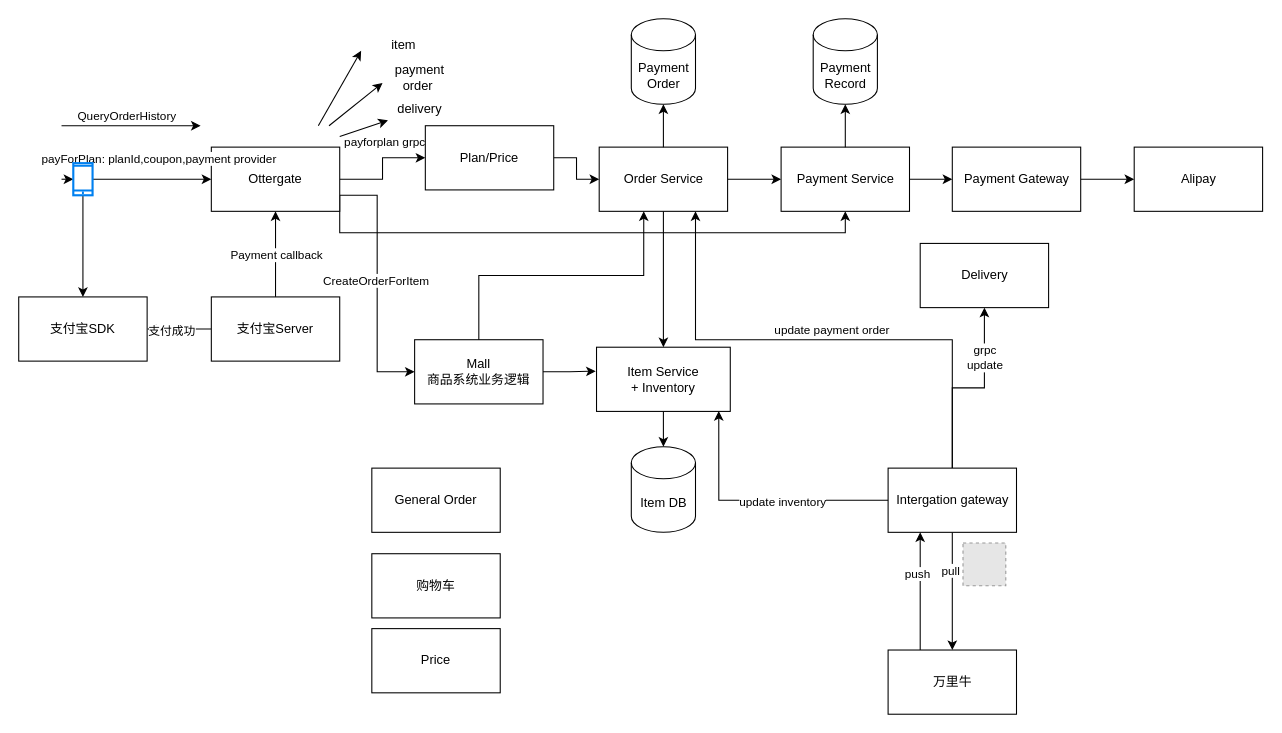
This is Payment.drawio from evagle/awesome, a draw.io file, before an edit. Source tidied: cells renumbered, new cells numbered last; positions are measured from the earlier drawing's top-left corner, leaving out a move shared by most shapes. Both pictures are drawn from the tidied source at 107%, with x=0, y=0 at pixel (18, 18). Pictures stored in the file or linked from it are replaced by grey dashed boxes.
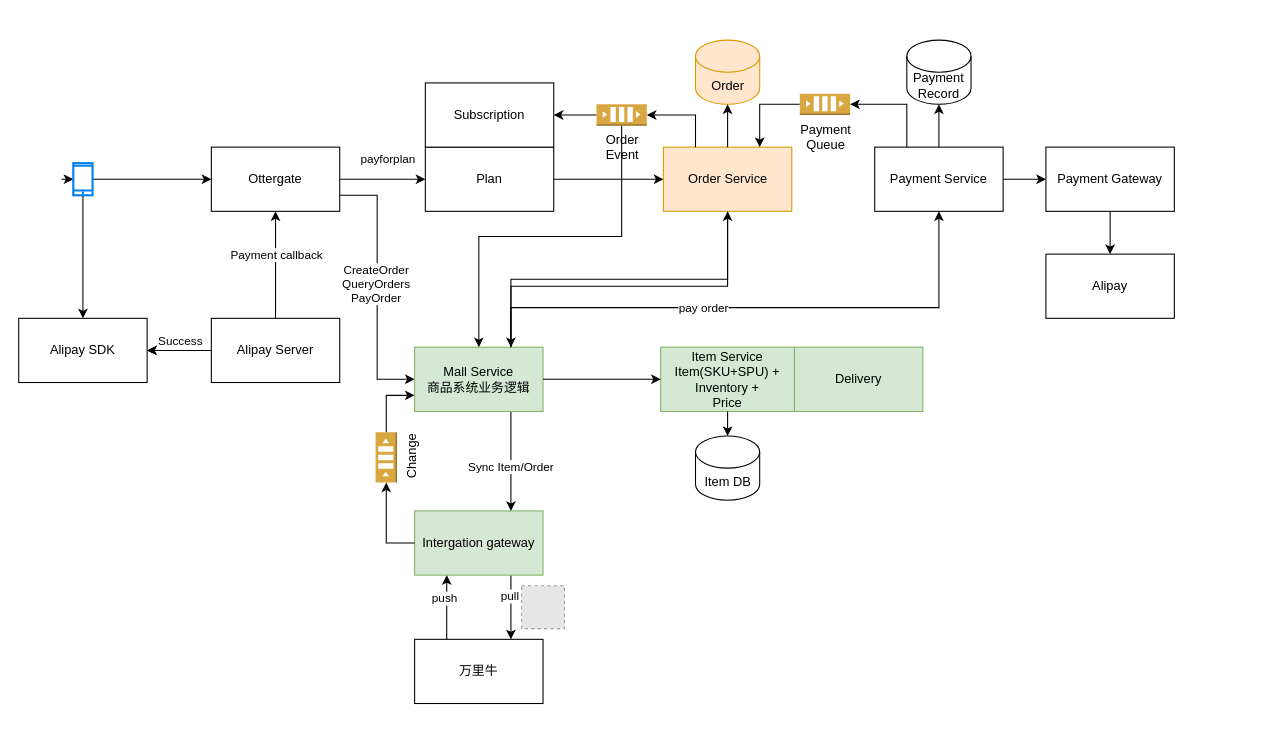
The same page after the edit.

The change refers to these unchanged cells:
```xml
<mxCell id="2" style="edgeStyle=orthogonalEdgeStyle;rounded=0;jettySize=auto;html=1;entryX=0;entryY=0.5;entryDx=0;entryDy=0;" parent="1" edge="1" source="7" target="58">
  <mxGeometry relative="1" as="geometry" />
</mxCell>
<mxCell id="5" style="edgeStyle=orthogonalEdgeStyle;rounded=0;jettySize=auto;html=1;exitX=1;exitY=0.75;exitDx=0;exitDy=0;entryX=0;entryY=0.5;entryDx=0;entryDy=0;" parent="1" edge="1" source="7" target="56">
  <mxGeometry relative="1" as="geometry" />
</mxCell>
<mxCell id="7" value="Ottergate" style="rounded=0;whiteSpace=wrap;html=1;" parent="1" vertex="1">
  <mxGeometry x="180" y="120" width="120" height="60" as="geometry" />
</mxCell>
<mxCell id="24" style="edgeStyle=orthogonalEdgeStyle;rounded=0;jettySize=auto;html=1;exitX=0;exitY=0.5;exitDx=0;exitDy=0;entryX=1;entryY=0.5;entryDx=0;entryDy=0;" parent="1" edge="1" source="28" target="23">
  <mxGeometry relative="1" as="geometry" />
</mxCell>
<mxCell id="26" style="edgeStyle=orthogonalEdgeStyle;rounded=0;jettySize=auto;html=1;exitX=0.5;exitY=0;exitDx=0;exitDy=0;entryX=0.5;entryY=1;entryDx=0;entryDy=0;" parent="1" edge="1" source="28" target="7">
  <mxGeometry relative="1" as="geometry" />
</mxCell>
<mxCell id="53" style="endArrow=classic;html=1;rounded=0;entryX=0;entryY=0.5;entryDx=0;entryDy=0;" parent="1" edge="1" target="55">
  <mxGeometry relative="1" as="geometry">
    <mxPoint x="40" y="150" as="sourcePoint" />
  </mxGeometry>
</mxCell>
```

The edit, as a diff of the source:
```diff
@@
-    <mxCell id="3" value="payforplan grpc" style="edgeLabel;html=1;align=center;verticalAlign=middle;" parent="2" vertex="1">
+    <mxCell id="3" value="payforplan" style="edgeLabel;html=1;align=center;verticalAlign=middle;" parent="2" vertex="1">
       <mxGeometry x="0.1" y="-1" relative="1" as="geometry">
         <mxPoint y="-21" as="offset" />
       </mxGeometry>
     </mxCell>
-    <mxCell id="4" style="edgeStyle=orthogonalEdgeStyle;rounded=0;jettySize=auto;html=1;exitX=1;exitY=0.75;exitDx=0;exitDy=0;entryX=0.5;entryY=1;entryDx=0;entryDy=0;" parent="1" edge="1" source="7" target="13">
-      <mxGeometry relative="1" as="geometry">
-        <Array as="points">
-          <mxPoint x="300" y="200" />
-          <mxPoint x="773" y="200" />
-        </Array>
-      </mxGeometry>
-    </mxCell>
@@
-    <mxCell id="6" value="CreateOrderForItem" style="edgeLabel;html=1;align=center;verticalAlign=middle;" parent="5" vertex="1">
+    <mxCell id="6" value="CreateOrder&lt;br&gt;QueryOrders&lt;br&gt;PayOrder" style="edgeLabel;html=1;align=center;verticalAlign=middle;" parent="5" vertex="1">
       <mxGeometry x="-0.03" y="-2" relative="1" as="geometry" />
     </mxCell>
@@
-    <mxCell id="9" style="edgeStyle=orthogonalEdgeStyle;rounded=0;jettySize=auto;html=1;exitX=1;exitY=0.5;exitDx=0;exitDy=0;" parent="1" edge="1" source="11" target="13">
-      <mxGeometry relative="1" as="geometry" />
-    </mxCell>
-    <mxCell id="10" style="edgeStyle=orthogonalEdgeStyle;rounded=0;jettySize=auto;html=1;exitX=0.5;exitY=1;exitDx=0;exitDy=0;" parent="1" edge="1" source="11" target="29">
-      <mxGeometry relative="1" as="geometry" />
-    </mxCell>
+    <mxCell id="64" style="edgeStyle=orthogonalEdgeStyle;rounded=0;jettySize=auto;html=1;exitX=0.5;exitY=1;exitDx=0;exitDy=0;entryX=0.75;entryY=0;entryDx=0;entryDy=0;" parent="1" edge="1" source="11" target="56">
+      <mxGeometry relative="1" as="geometry" />
+    </mxCell>
-    <mxCell id="11" value="Order Service" style="whiteSpace=wrap;html=1;rounded=0;" parent="1" vertex="1">
-      <mxGeometry x="542.5" y="120" width="120" height="60" as="geometry" />
+    <mxCell id="11" value="Order Service" style="whiteSpace=wrap;html=1;rounded=0;fillColor=#ffe6cc;strokeColor=#d79b00;" parent="1" vertex="1">
+      <mxGeometry x="602.5" y="120" width="120" height="60" as="geometry" />
     </mxCell>
@@
+    <mxCell id="65" style="edgeStyle=orthogonalEdgeStyle;rounded=0;jettySize=auto;html=1;exitX=0;exitY=0.5;exitDx=0;exitDy=0;entryX=0.75;entryY=0;entryDx=0;entryDy=0;exitPerimeter=0;" parent="1" edge="1" source="73" target="11">
+      <mxGeometry relative="1" as="geometry" />
+    </mxCell>
     <mxCell id="13" value="Payment Service" style="whiteSpace=wrap;html=1;rounded=0;" parent="1" vertex="1">
-      <mxGeometry x="712.5" y="120" width="120" height="60" as="geometry" />
+      <mxGeometry x="800" y="120" width="120" height="60" as="geometry" />
     </mxCell>
-    <mxCell id="14" value="Payment&lt;br&gt;Order" style="shape=cylinder3;whiteSpace=wrap;html=1;boundedLbl=1;backgroundOutline=1;size=15;" parent="1" vertex="1">
-      <mxGeometry x="572.5" width="60" height="80" as="geometry" />
+    <mxCell id="14" value="Order" style="shape=cylinder3;whiteSpace=wrap;html=1;boundedLbl=1;backgroundOutline=1;size=15;fillColor=#ffe6cc;strokeColor=#d79b00;" parent="1" vertex="1">
+      <mxGeometry x="632.5" y="20" width="60" height="60" as="geometry" />
     </mxCell>
@@
     <mxCell id="16" value="Payment&lt;br&gt;Record" style="shape=cylinder3;whiteSpace=wrap;html=1;boundedLbl=1;backgroundOutline=1;size=15;" parent="1" vertex="1">
-      <mxGeometry x="742.5" width="60" height="80" as="geometry" />
+      <mxGeometry x="830" y="20" width="60" height="60" as="geometry" />
     </mxCell>
@@
-    <mxCell id="18" style="edgeStyle=orthogonalEdgeStyle;rounded=0;jettySize=auto;html=1;exitX=1;exitY=0.5;exitDx=0;exitDy=0;entryX=0;entryY=0.5;entryDx=0;entryDy=0;" parent="1" edge="1" source="19" target="20">
+    <mxCell id="18" style="edgeStyle=orthogonalEdgeStyle;rounded=0;jettySize=auto;html=1;exitX=0.5;exitY=1;exitDx=0;exitDy=0;entryX=0.5;entryY=0;entryDx=0;entryDy=0;" parent="1" edge="1" source="19" target="20">
       <mxGeometry relative="1" as="geometry" />
     </mxCell>
     <mxCell id="19" value="Payment Gateway" style="whiteSpace=wrap;html=1;rounded=0;" parent="1" vertex="1">
-      <mxGeometry x="872.5" y="120" width="120" height="60" as="geometry" />
+      <mxGeometry x="960" y="120" width="120" height="60" as="geometry" />
     </mxCell>
     <mxCell id="20" value="Alipay" style="whiteSpace=wrap;html=1;rounded=0;" parent="1" vertex="1">
-      <mxGeometry x="1042.5" y="120" width="120" height="60" as="geometry" />
+      <mxGeometry x="960" y="220" width="120" height="60" as="geometry" />
     </mxCell>
     <mxCell id="21" value="Item DB" style="shape=cylinder3;whiteSpace=wrap;html=1;boundedLbl=1;backgroundOutline=1;size=15;" parent="1" vertex="1">
-      <mxGeometry x="572.5" y="400" width="60" height="80" as="geometry" />
+      <mxGeometry x="632.5" y="390" width="60" height="60" as="geometry" />
     </mxCell>
@@
-    <mxCell id="23" value="支付宝SDK" style="rounded=0;whiteSpace=wrap;html=1;" parent="1" vertex="1">
-      <mxGeometry y="260" width="120" height="60" as="geometry" />
+    <mxCell id="23" value="Alipay SDK" style="rounded=0;whiteSpace=wrap;html=1;" parent="1" vertex="1">
+      <mxGeometry y="280" width="120" height="60" as="geometry" />
     </mxCell>
@@
-    <mxCell id="25" value="支付成功" style="edgeLabel;html=1;align=center;verticalAlign=middle;" parent="24" vertex="1">
-      <mxGeometry x="0.28" y="1" relative="1" as="geometry" />
+    <mxCell id="25" value="Success" style="edgeLabel;html=1;align=center;verticalAlign=middle;" parent="24" vertex="1">
+      <mxGeometry x="0.28" y="1" relative="1" as="geometry">
+        <mxPoint x="8" y="-11" as="offset" />
+      </mxGeometry>
     </mxCell>
@@
     <mxCell id="27" value="Payment callback" style="edgeLabel;html=1;align=center;verticalAlign=middle;" parent="26" vertex="1">
       <mxGeometry x="-0.3" y="-1" relative="1" as="geometry">
-        <mxPoint x="-1" y="-12" as="offset" />
+        <mxPoint x="-1" y="-25" as="offset" />
       </mxGeometry>
     </mxCell>
+    <mxCell id="66" style="edgeStyle=orthogonalEdgeStyle;rounded=0;jettySize=auto;html=1;" parent="1" edge="1" source="28" target="23">
+      <mxGeometry relative="1" as="geometry" />
+    </mxCell>
-    <mxCell id="28" value="支付宝Server" style="rounded=0;whiteSpace=wrap;html=1;" parent="1" vertex="1">
-      <mxGeometry x="180" y="260" width="120" height="60" as="geometry" />
+    <mxCell id="28" value="Alipay Server" style="rounded=0;whiteSpace=wrap;html=1;" parent="1" vertex="1">
+      <mxGeometry x="180" y="280" width="120" height="60" as="geometry" />
     </mxCell>
-    <mxCell id="29" value="Item Service&lt;br&gt;+ Inventory" style="rounded=0;whiteSpace=wrap;html=1;" parent="1" vertex="1">
-      <mxGeometry x="540" y="307" width="125" height="60" as="geometry" />
+    <mxCell id="29" value="Item Service&lt;br&gt;Item(SKU+SPU) + Inventory +&lt;br&gt;Price&lt;br&gt;" style="rounded=0;whiteSpace=wrap;html=1;fillColor=#d5e8d4;strokeColor=#82b366;" parent="1" vertex="1">
+      <mxGeometry x="600" y="307" width="125" height="60" as="geometry" />
     </mxCell>
-    <mxCell id="30" style="endArrow=classic;html=1;rounded=0;" parent="1" edge="1">
-      <mxGeometry relative="1" as="geometry">
-        <mxPoint x="40" y="100" as="sourcePoint" />
-        <mxPoint x="170" y="100" as="targetPoint" />
-      </mxGeometry>
-    </mxCell>
-    <mxCell id="31" value="QueryOrderHistory" style="edgeLabel;html=1;align=center;verticalAlign=middle;" parent="30" vertex="1">
-      <mxGeometry x="-0.39" y="-1" relative="1" as="geometry">
-        <mxPoint x="20" y="-11" as="offset" />
-      </mxGeometry>
-    </mxCell>
-    <mxCell id="32" style="endArrow=classic;html=1;rounded=0;" parent="1" edge="1">
-      <mxGeometry relative="1" as="geometry">
-        <mxPoint x="290" y="100" as="sourcePoint" />
-        <mxPoint x="340" y="60" as="targetPoint" />
-      </mxGeometry>
-    </mxCell>
-    <mxCell id="33" style="endArrow=classic;html=1;rounded=0;" parent="1" edge="1" target="35">
-      <mxGeometry relative="1" as="geometry">
-        <mxPoint x="300" y="110" as="sourcePoint" />
-      </mxGeometry>
-    </mxCell>
-    <mxCell id="34" value="payment order&amp;nbsp;" style="text;html=1;strokeColor=none;fillColor=none;align=center;verticalAlign=middle;whiteSpace=wrap;rounded=0;" parent="1" vertex="1">
-      <mxGeometry x="345" y="40" width="60" height="30" as="geometry" />
-    </mxCell>
-    <mxCell id="35" value="delivery" style="text;html=1;strokeColor=none;fillColor=none;align=center;verticalAlign=middle;whiteSpace=wrap;rounded=0;" parent="1" vertex="1">
-      <mxGeometry x="345" y="70" width="60" height="30" as="geometry" />
-    </mxCell>
-    <mxCell id="36" style="endArrow=classic;html=1;rounded=0;" parent="1" edge="1">
-      <mxGeometry relative="1" as="geometry">
-        <mxPoint x="280" y="100" as="sourcePoint" />
-        <mxPoint x="320" y="30" as="targetPoint" />
-      </mxGeometry>
-    </mxCell>
-    <mxCell id="37" value="item" style="text;html=1;strokeColor=none;fillColor=none;align=center;verticalAlign=middle;whiteSpace=wrap;rounded=0;" parent="1" vertex="1">
-      <mxGeometry x="330" y="10" width="60" height="30" as="geometry" />
-    </mxCell>
-    <mxCell id="38" style="edgeStyle=orthogonalEdgeStyle;rounded=0;jettySize=auto;html=1;exitX=0.5;exitY=1;exitDx=0;exitDy=0;entryX=0.5;entryY=0;entryDx=0;entryDy=0;" parent="1" edge="1" source="44" target="48">
+    <mxCell id="38" style="edgeStyle=orthogonalEdgeStyle;rounded=0;jettySize=auto;html=1;exitX=0.75;exitY=1;exitDx=0;exitDy=0;entryX=0.75;entryY=0;entryDx=0;entryDy=0;" parent="1" edge="1" source="44" target="48">
       <mxGeometry relative="1" as="geometry" />
     </mxCell>
@@
-    <mxCell id="40" style="edgeStyle=orthogonalEdgeStyle;rounded=0;jettySize=auto;html=1;exitX=0.5;exitY=0;exitDx=0;exitDy=0;entryX=0.75;entryY=1;entryDx=0;entryDy=0;" parent="1" edge="1" source="44" target="11">
-      <mxGeometry relative="1" as="geometry" />
-    </mxCell>
-    <mxCell id="41" value="update payment order" style="edgeLabel;html=1;align=center;verticalAlign=middle;" parent="40" vertex="1">
-      <mxGeometry x="-0.03" y="1" relative="1" as="geometry">
-        <mxPoint y="-11" as="offset" />
-      </mxGeometry>
-    </mxCell>
-    <mxCell id="42" style="edgeStyle=orthogonalEdgeStyle;rounded=0;jettySize=auto;html=1;exitX=0.5;exitY=0;exitDx=0;exitDy=0;" parent="1" edge="1" source="44" target="49">
-      <mxGeometry relative="1" as="geometry" />
-    </mxCell>
-    <mxCell id="43" value="grpc&lt;br&gt;update" style="edgeLabel;html=1;align=center;verticalAlign=middle;" parent="42" vertex="1">
-      <mxGeometry x="0.49" relative="1" as="geometry" />
-    </mxCell>
-    <mxCell id="44" value="Intergation gateway" style="rounded=0;whiteSpace=wrap;html=1;" parent="1" vertex="1">
-      <mxGeometry x="812.5" y="420" width="120" height="60" as="geometry" />
+    <mxCell id="44" value="Intergation gateway" style="rounded=0;whiteSpace=wrap;html=1;fillColor=#d5e8d4;strokeColor=#82b366;" parent="1" vertex="1">
+      <mxGeometry x="370" y="460" width="120" height="60" as="geometry" />
     </mxCell>
     <mxCell id="45" style="fillColor=#E6E6E6;strokeColor=#999999;dashed=1;html=1;verticalAlign=top;verticalLabelPosition=bottom;labelBackgroundColor=#ffffff;" parent="1" vertex="1">
-      <mxGeometry x="882.5" y="490" width="40" height="40" as="geometry" />
+      <mxGeometry x="470" y="530" width="40" height="40" as="geometry" />
     </mxCell>
@@
     <mxCell id="48" value="万里牛" style="rounded=0;whiteSpace=wrap;html=1;" parent="1" vertex="1">
-      <mxGeometry x="812.5" y="590" width="120" height="60" as="geometry" />
+      <mxGeometry x="370" y="580" width="120" height="60" as="geometry" />
     </mxCell>
-    <mxCell id="49" value="Delivery" style="rounded=0;whiteSpace=wrap;html=1;" parent="1" vertex="1">
-      <mxGeometry x="842.5" y="210" width="120" height="60" as="geometry" />
+    <mxCell id="49" value="Delivery" style="rounded=0;whiteSpace=wrap;html=1;fillColor=#d5e8d4;strokeColor=#82b366;" parent="1" vertex="1">
+      <mxGeometry x="725" y="307" width="120" height="60" as="geometry" />
     </mxCell>
@@
-    <mxCell id="51" style="edgeStyle=orthogonalEdgeStyle;rounded=0;jettySize=auto;html=1;exitX=0;exitY=0.5;exitDx=0;exitDy=0;entryX=0.914;entryY=0.994;entryDx=0;entryDy=0;entryPerimeter=0;" parent="1" edge="1" source="44" target="29">
-      <mxGeometry relative="1" as="geometry" />
-    </mxCell>
-    <mxCell id="52" value="update inventory" style="edgeLabel;html=1;align=center;verticalAlign=middle;" parent="51" vertex="1">
-      <mxGeometry x="-0.18" y="1" relative="1" as="geometry" />
-    </mxCell>
@@
-    <mxCell id="54" value="payForPlan: planId,coupon,payment provider" style="edgeLabel;html=1;align=center;verticalAlign=middle;" parent="53" vertex="1">
-      <mxGeometry x="-0.6" y="-3" relative="1" as="geometry">
-        <mxPoint x="88" y="-23" as="offset" />
-      </mxGeometry>
-    </mxCell>
@@
+    <mxCell id="67" style="edgeStyle=orthogonalEdgeStyle;rounded=0;jettySize=auto;html=1;exitX=0.75;exitY=1;exitDx=0;exitDy=0;entryX=0.75;entryY=0;entryDx=0;entryDy=0;" parent="1" edge="1" source="56" target="44">
+      <mxGeometry relative="1" as="geometry" />
+    </mxCell>
+    <mxCell id="68" value="Sync Item/Order" style="edgeLabel;html=1;align=center;verticalAlign=middle;" parent="67" vertex="1">
+      <mxGeometry x="0.09" y="-1" relative="1" as="geometry" />
+    </mxCell>
+    <mxCell id="69" style="edgeStyle=orthogonalEdgeStyle;rounded=0;jettySize=auto;html=1;exitX=0.75;exitY=0;exitDx=0;exitDy=0;entryX=0.5;entryY=1;entryDx=0;entryDy=0;" parent="1" edge="1" source="56" target="13">
+      <mxGeometry relative="1" as="geometry">
+        <Array as="points">
+          <mxPoint x="460" y="270" />
+          <mxPoint x="860" y="270" />
+        </Array>
+      </mxGeometry>
+    </mxCell>
+    <mxCell id="70" value="pay order" style="edgeLabel;html=1;align=center;verticalAlign=middle;" parent="69" vertex="1">
+      <mxGeometry x="-0.18" relative="1" as="geometry" />
+    </mxCell>
-    <mxCell id="56" value="Mall&lt;br&gt;商品系统业务逻辑" style="rounded=0;whiteSpace=wrap;html=1;" parent="1" vertex="1">
-      <mxGeometry x="370" y="300" width="120" height="60" as="geometry" />
+    <mxCell id="56" value="Mall Service&lt;br&gt;商品系统业务逻辑" style="rounded=0;whiteSpace=wrap;html=1;fillColor=#d5e8d4;strokeColor=#82b366;" parent="1" vertex="1">
+      <mxGeometry x="370" y="307" width="120" height="60" as="geometry" />
     </mxCell>
@@
-    <mxCell id="58" value="Plan/Price" style="rounded=0;whiteSpace=wrap;html=1;" parent="1" vertex="1">
-      <mxGeometry x="380" y="100" width="120" height="60" as="geometry" />
+    <mxCell id="58" value="Plan" style="rounded=0;whiteSpace=wrap;html=1;" parent="1" vertex="1">
+      <mxGeometry x="380" y="120" width="120" height="60" as="geometry" />
     </mxCell>
-    <mxCell id="59" value="Price" style="rounded=0;whiteSpace=wrap;html=1;" parent="1" vertex="1">
-      <mxGeometry x="330" y="570" width="120" height="60" as="geometry" />
-    </mxCell>
-    <mxCell id="60" value="购物车" style="rounded=0;whiteSpace=wrap;html=1;" parent="1" vertex="1">
-      <mxGeometry x="330" y="500" width="120" height="60" as="geometry" />
-    </mxCell>
-    <mxCell id="61" value="General Order" style="rounded=0;whiteSpace=wrap;html=1;" parent="1" vertex="1">
-      <mxGeometry x="330" y="420" width="120" height="60" as="geometry" />
-    </mxCell>
-    <mxCell id="62" style="edgeStyle=orthogonalEdgeStyle;rounded=0;jettySize=auto;html=1;exitX=0.5;exitY=0;exitDx=0;exitDy=0;entryX=0.347;entryY=1;entryDx=0;entryDy=0;entryPerimeter=0;" parent="1" edge="1" source="56" target="11">
-      <mxGeometry relative="1" as="geometry" />
+    <mxCell id="62" style="edgeStyle=orthogonalEdgeStyle;rounded=0;jettySize=auto;html=1;exitX=0.75;exitY=0;exitDx=0;exitDy=0;entryX=0.5;entryY=1;entryDx=0;entryDy=0;" parent="1" edge="1" source="56" target="11">
+      <mxGeometry relative="1" as="geometry">
+        <Array as="points">
+          <mxPoint x="460" y="250" />
+          <mxPoint x="663" y="250" />
+        </Array>
+      </mxGeometry>
     </mxCell>
-    <mxCell id="63" style="edgeStyle=orthogonalEdgeStyle;rounded=0;jettySize=auto;html=1;exitX=1;exitY=0.5;exitDx=0;exitDy=0;entryX=-0.006;entryY=0.373;entryDx=0;entryDy=0;entryPerimeter=0;" parent="1" edge="1" source="56" target="29">
+    <mxCell id="63" style="edgeStyle=orthogonalEdgeStyle;rounded=0;jettySize=auto;html=1;exitX=1;exitY=0.5;exitDx=0;exitDy=0;entryX=0;entryY=0.5;entryDx=0;entryDy=0;" parent="1" edge="1" source="56" target="29">
       <mxGeometry relative="1" as="geometry" />
     </mxCell>
+    <mxCell id="71" value="Subscription" style="rounded=0;whiteSpace=wrap;html=1;" parent="1" vertex="1">
+      <mxGeometry x="380" y="60" width="120" height="60" as="geometry" />
+    </mxCell>
+    <mxCell id="72" style="edgeStyle=orthogonalEdgeStyle;rounded=0;jettySize=auto;html=1;exitX=0.25;exitY=0;exitDx=0;exitDy=0;entryX=1;entryY=0.5;entryDx=0;entryDy=0;entryPerimeter=0;" parent="1" edge="1" source="13" target="73">
+      <mxGeometry relative="1" as="geometry" />
+    </mxCell>
+    <mxCell id="73" value="Payment&lt;br&gt;Queue" style="outlineConnect=0;dashed=0;verticalLabelPosition=bottom;verticalAlign=top;align=center;html=1;shape=mxgraph.aws3.queue;fillColor=#D9A741;gradientColor=none;" parent="1" vertex="1">
+      <mxGeometry x="730" y="70" width="47" height="20" as="geometry" />
+    </mxCell>
+    <mxCell id="74" style="edgeStyle=orthogonalEdgeStyle;rounded=0;jettySize=auto;html=1;exitX=0;exitY=0.5;exitDx=0;exitDy=0;exitPerimeter=0;entryX=1;entryY=0.5;entryDx=0;entryDy=0;" parent="1" edge="1" source="76" target="71">
+      <mxGeometry relative="1" as="geometry" />
+    </mxCell>
+    <mxCell id="75" style="edgeStyle=orthogonalEdgeStyle;rounded=0;jettySize=auto;html=1;exitX=0.5;exitY=1;exitDx=0;exitDy=0;exitPerimeter=0;" parent="1" edge="1" source="76" target="56">
+      <mxGeometry relative="1" as="geometry" />
+    </mxCell>
+    <mxCell id="76" value="Order&lt;br&gt;Event" style="outlineConnect=0;dashed=0;verticalLabelPosition=bottom;verticalAlign=top;align=center;html=1;shape=mxgraph.aws3.queue;fillColor=#D9A741;gradientColor=none;" parent="1" vertex="1">
+      <mxGeometry x="540" y="80" width="47" height="20" as="geometry" />
+    </mxCell>
+    <mxCell id="77" style="edgeStyle=orthogonalEdgeStyle;rounded=0;jettySize=auto;html=1;exitX=0.25;exitY=0;exitDx=0;exitDy=0;entryX=1;entryY=0.5;entryDx=0;entryDy=0;entryPerimeter=0;" parent="1" edge="1" source="11" target="76">
+      <mxGeometry relative="1" as="geometry" />
+    </mxCell>
+    <mxCell id="78" style="edgeStyle=orthogonalEdgeStyle;rounded=0;jettySize=auto;html=1;exitX=1;exitY=0.5;exitDx=0;exitDy=0;exitPerimeter=0;entryX=0;entryY=0.75;entryDx=0;entryDy=0;" parent="1" edge="1" source="79" target="56">
+      <mxGeometry relative="1" as="geometry" />
+    </mxCell>
+    <mxCell id="79" value="Change" style="outlineConnect=0;dashed=0;verticalLabelPosition=bottom;verticalAlign=top;align=center;html=1;shape=mxgraph.aws3.queue;fillColor=#D9A741;gradientColor=none;rotation=-90;" parent="1" vertex="1">
+      <mxGeometry x="320" y="400" width="47" height="20" as="geometry" />
+    </mxCell>
+    <mxCell id="80" style="edgeStyle=orthogonalEdgeStyle;rounded=0;jettySize=auto;html=1;exitX=0;exitY=0.5;exitDx=0;exitDy=0;entryX=0;entryY=0.5;entryDx=0;entryDy=0;entryPerimeter=0;" parent="1" edge="1" source="44" target="79">
+      <mxGeometry relative="1" as="geometry" />
+    </mxCell>
```
